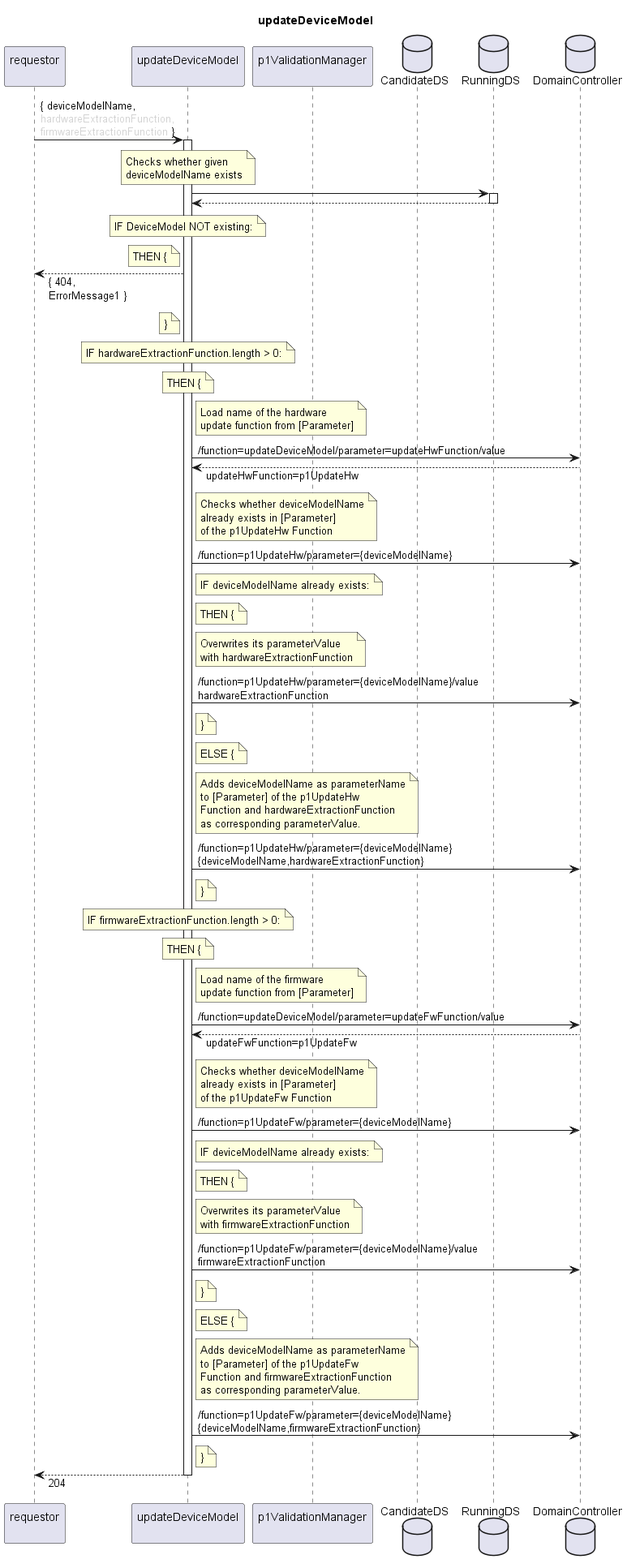
Above: spec/Services/updateDeviceModel/1.0.0/updateDeviceModel.png in openBackhaul/FirmWareManager (PlantUML), before the change.
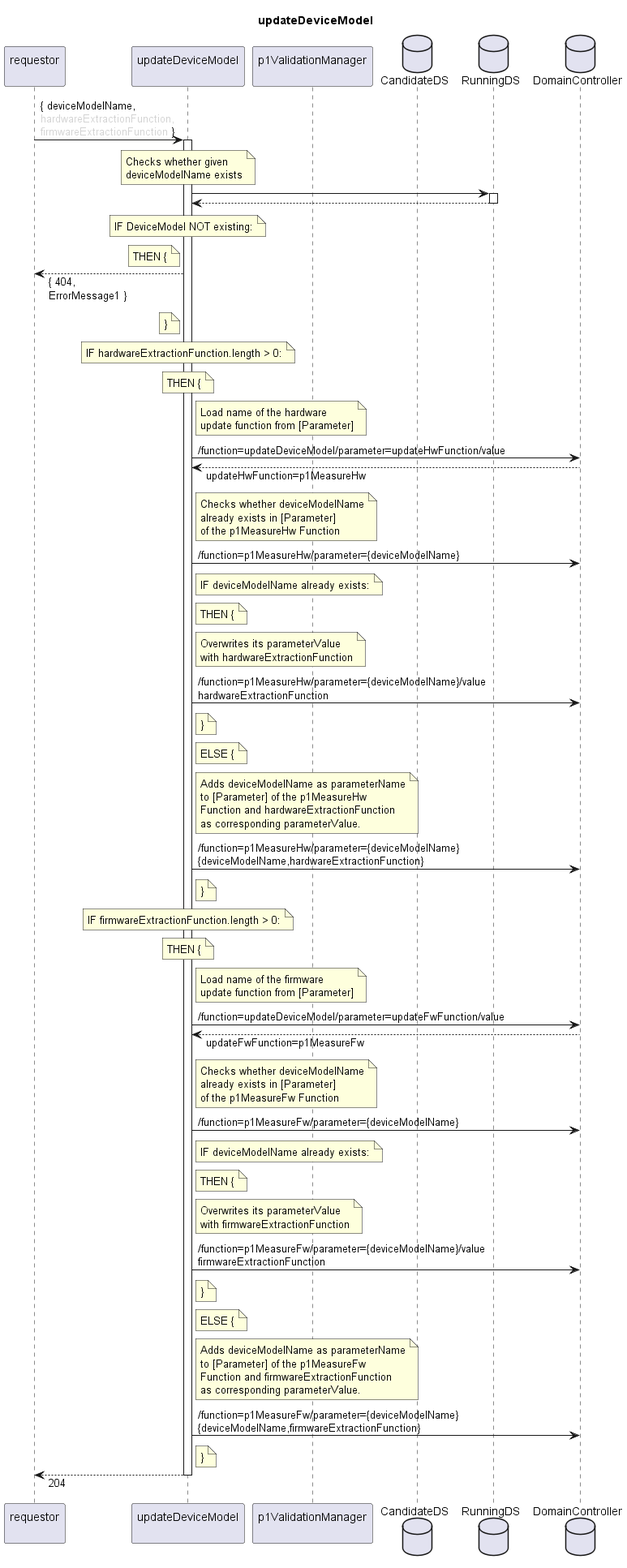
Above is the later version.

What changed in the source:
```diff
@@ -46,13 +46,13 @@
     update function from [Parameter]
   end note
   indServ -> DC: /function=updateDeviceModel/parameter=updateHwFunction/value
-  indServ <-- DC: updateHwFunction=p1UpdateHw
+  indServ <-- DC: updateHwFunction=p1MeasureHw
   note right indServ
     Checks whether deviceModelName
     already exists in [Parameter]
-    of the p1UpdateHw Function
+    of the p1MeasureHw Function
   end note
-  indServ -> DC: /function=p1UpdateHw/parameter={deviceModelName}
+  indServ -> DC: /function=p1MeasureHw/parameter={deviceModelName}
   note right indServ
     IF deviceModelName already exists:
   end note
@@ -63,7 +63,7 @@
     Overwrites its parameterValue
     with hardwareExtractionFunction
   end note
-  indServ -> DC: /function=p1UpdateHw/parameter={deviceModelName}/value\nhardwareExtractionFunction
+  indServ -> DC: /function=p1MeasureHw/parameter={deviceModelName}/value\nhardwareExtractionFunction
   note right indServ
     }
   end note
@@ -72,11 +72,11 @@
   end note
   note right indServ
     Adds deviceModelName as parameterName
-    to [Parameter] of the p1UpdateHw
+    to [Parameter] of the p1MeasureHw
     Function and hardwareExtractionFunction
     as corresponding parameterValue.
   end note
-  indServ -> DC: /function=p1UpdateHw/parameter={deviceModelName}\n{deviceModelName,hardwareExtractionFunction}
+  indServ -> DC: /function=p1MeasureHw/parameter={deviceModelName}\n{deviceModelName,hardwareExtractionFunction}
   note right indServ
     }
   end note
@@ -92,13 +92,13 @@
     update function from [Parameter]
   end note
   indServ -> DC: /function=updateDeviceModel/parameter=updateFwFunction/value
-  indServ <-- DC: updateFwFunction=p1UpdateFw
+  indServ <-- DC: updateFwFunction=p1MeasureFw
   note right indServ
     Checks whether deviceModelName
     already exists in [Parameter]
-    of the p1UpdateFw Function
+    of the p1MeasureFw Function
   end note
-  indServ -> DC: /function=p1UpdateFw/parameter={deviceModelName}
+  indServ -> DC: /function=p1MeasureFw/parameter={deviceModelName}
   note right indServ
     IF deviceModelName already exists:
   end note
@@ -109,7 +109,7 @@
     Overwrites its parameterValue
     with firmwareExtractionFunction
   end note
-  indServ -> DC: /function=p1UpdateFw/parameter={deviceModelName}/value\nfirmwareExtractionFunction
+  indServ -> DC: /function=p1MeasureFw/parameter={deviceModelName}/value\nfirmwareExtractionFunction
   note right indServ
     }
   end note
@@ -118,11 +118,11 @@
   end note
   note right indServ
     Adds deviceModelName as parameterName
-    to [Parameter] of the p1UpdateFw
+    to [Parameter] of the p1MeasureFw
     Function and firmwareExtractionFunction
     as corresponding parameterValue.
   end note
-  indServ -> DC: /function=p1UpdateFw/parameter={deviceModelName}\n{deviceModelName,firmwareExtractionFunction}
+  indServ -> DC: /function=p1MeasureFw/parameter={deviceModelName}\n{deviceModelName,firmwareExtractionFunction}
   note right indServ
     }
   end note
```
